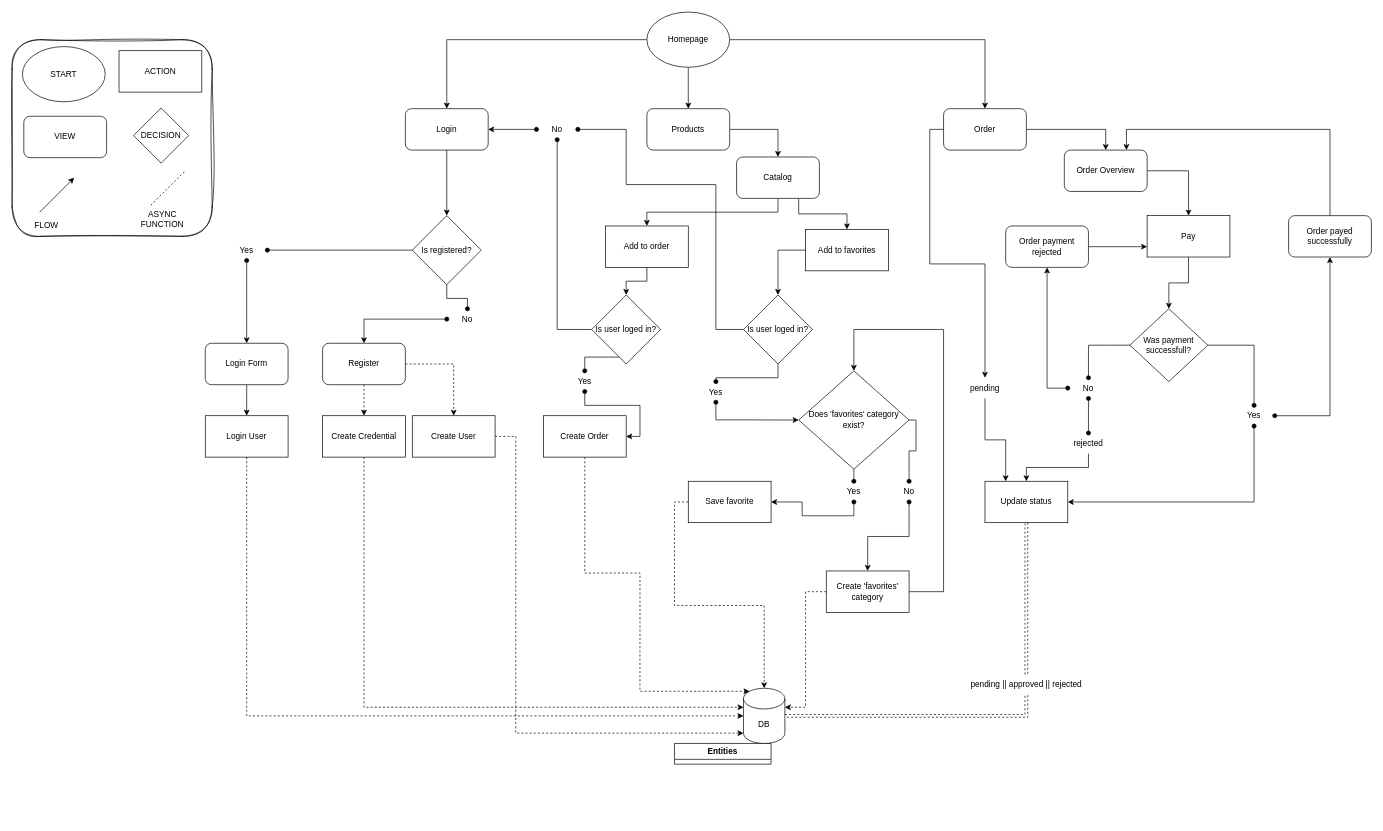
Before: wireframes.drawio in CeszP/M4_Assets, a draw.io diagram. Source tidied: cells renumbered, new cells numbered last; positions are measured from the earlier drawing's top-left corner, leaving out a move shared by most shapes. Both pictures are drawn from the tidied source at 69%, with x=0, y=0 at pixel (12, 12).
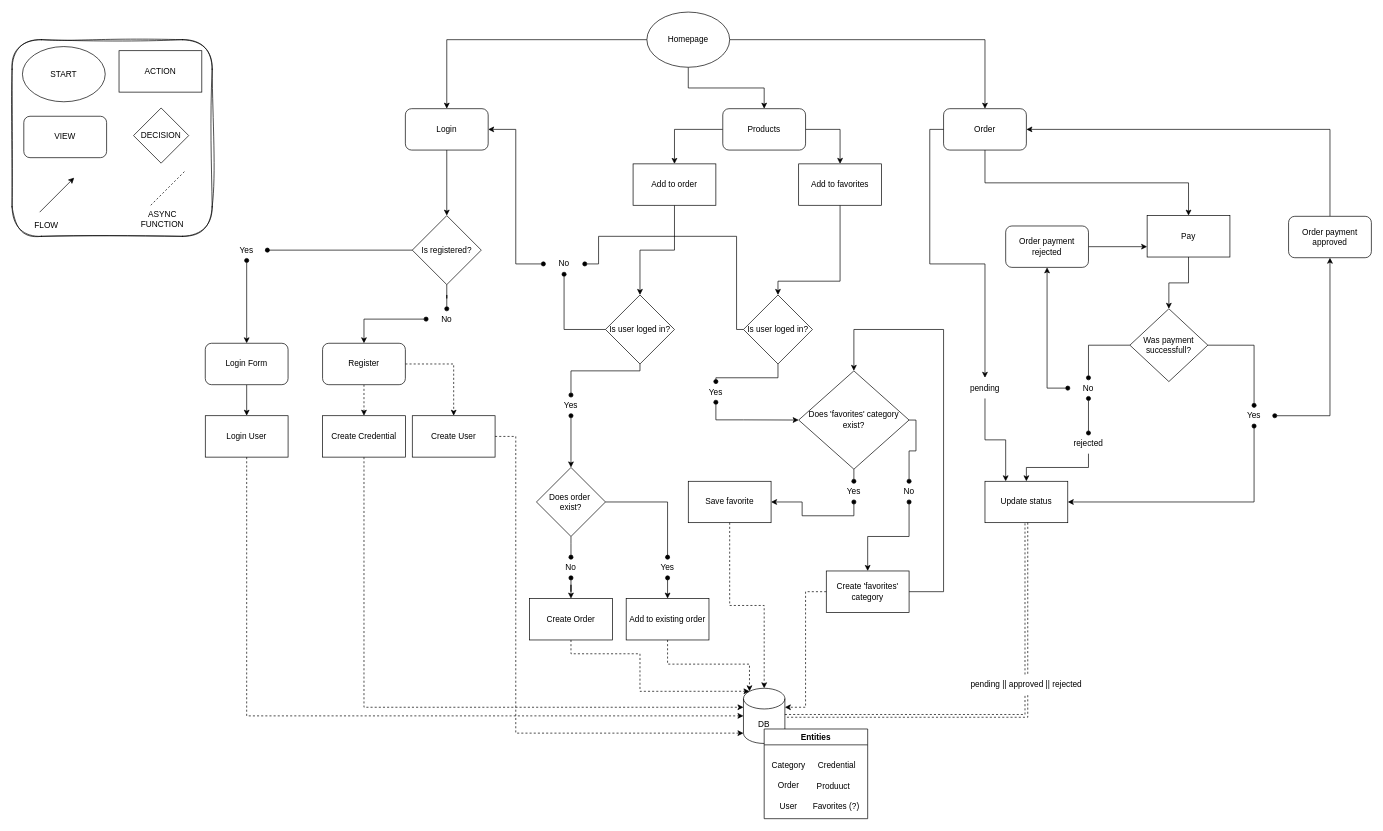
The same diagram, later.

Unchanged cells that the change refers to:
```xml
<mxCell id="33" value="DB" style="shape=cylinder3;whiteSpace=wrap;html=1;boundedLbl=1;backgroundOutline=1;size=15;" parent="1" vertex="1">
  <mxGeometry x="1060" y="980" width="60" height="80" as="geometry" />
</mxCell>
<mxCell id="46" value="Save favorite" style="rounded=0;whiteSpace=wrap;html=1;" parent="1" vertex="1">
  <mxGeometry x="980" y="680" width="120" height="60" as="geometry" />
</mxCell>
<mxCell id="62" value="Order" style="rounded=1;whiteSpace=wrap;html=1;" parent="1" vertex="1">
  <mxGeometry x="1350" y="140" width="120" height="60" as="geometry" />
</mxCell>
<mxCell id="79" value="Pay" style="rounded=0;whiteSpace=wrap;html=1;" parent="1" vertex="1">
  <mxGeometry x="1645" y="295" width="120" height="60" as="geometry" />
</mxCell>
<mxCell id="99" value="Is user loged in?" style="rhombus;whiteSpace=wrap;html=1;" parent="1" vertex="1">
  <mxGeometry x="1060" y="410" width="100" height="100" as="geometry" />
</mxCell>
```

Diff of the diagram source:
```diff
@@
-    <mxCell id="11" style="edgeStyle=orthogonalEdgeStyle;rounded=0;jettySize=auto;html=1;exitX=1;exitY=0.5;exitDx=0;exitDy=0;entryX=0.5;entryY=0;entryDx=0;entryDy=0;" parent="1" edge="1" source="12" target="24">
-      <mxGeometry relative="1" as="geometry" />
-    </mxCell>
+    <mxCell id="100" style="edgeStyle=orthogonalEdgeStyle;rounded=0;jettySize=auto;html=1;exitX=0;exitY=0.5;exitDx=0;exitDy=0;entryX=0.5;entryY=0;entryDx=0;entryDy=0;" parent="1" edge="1" source="12" target="26">
+      <mxGeometry relative="1" as="geometry" />
+    </mxCell>
+    <mxCell id="101" style="edgeStyle=orthogonalEdgeStyle;rounded=0;jettySize=auto;html=1;exitX=1;exitY=0.5;exitDx=0;exitDy=0;entryX=0.5;entryY=0;entryDx=0;entryDy=0;" parent="1" edge="1" source="12" target="45">
+      <mxGeometry relative="1" as="geometry" />
+    </mxCell>
     <mxCell id="12" value="Products" style="rounded=1;whiteSpace=wrap;html=1;" parent="1" vertex="1">
-      <mxGeometry x="920" y="140" width="120" height="60" as="geometry" />
+      <mxGeometry x="1030" y="140" width="120" height="60" as="geometry" />
     </mxCell>
@@
     <mxCell id="21" value="No" style="text;html=1;align=center;verticalAlign=middle;whiteSpace=wrap;rounded=0;" parent="1" vertex="1">
-      <mxGeometry x="630" y="430" width="60" height="30" as="geometry" />
+      <mxGeometry x="600" y="430" width="60" height="30" as="geometry" />
     </mxCell>
-    <mxCell id="22" style="edgeStyle=orthogonalEdgeStyle;rounded=0;jettySize=auto;html=1;exitX=0.5;exitY=1;exitDx=0;exitDy=0;entryX=0.5;entryY=0;entryDx=0;entryDy=0;" parent="1" edge="1" source="24" target="26">
-      <mxGeometry relative="1" as="geometry" />
-    </mxCell>
-    <mxCell id="23" style="edgeStyle=orthogonalEdgeStyle;rounded=0;jettySize=auto;html=1;exitX=0.75;exitY=1;exitDx=0;exitDy=0;entryX=0.5;entryY=0;entryDx=0;entryDy=0;" parent="1" edge="1" source="24" target="45">
-      <mxGeometry relative="1" as="geometry" />
-    </mxCell>
-    <mxCell id="24" value="Catalog" style="whiteSpace=wrap;html=1;rounded=1;" parent="1" vertex="1">
-      <mxGeometry x="1050" y="210" width="120" height="60" as="geometry" />
-    </mxCell>
@@
     <mxCell id="26" value="Add to order" style="rounded=0;whiteSpace=wrap;html=1;" parent="1" vertex="1">
-      <mxGeometry x="860" y="310" width="120" height="60" as="geometry" />
+      <mxGeometry x="900" y="220" width="120" height="60" as="geometry" />
     </mxCell>
@@
-    <mxCell id="28" style="edgeStyle=orthogonalEdgeStyle;rounded=0;jettySize=auto;html=1;exitX=0.5;exitY=1;exitDx=0;exitDy=0;entryX=1;entryY=0.5;entryDx=0;entryDy=0;startArrow=oval;startFill=1;" parent="1" edge="1" source="38" target="37">
+    <mxCell id="28" style="edgeStyle=orthogonalEdgeStyle;rounded=0;jettySize=auto;html=1;exitX=0.5;exitY=1;exitDx=0;exitDy=0;entryX=0.5;entryY=0;entryDx=0;entryDy=0;startArrow=oval;startFill=1;" parent="1" edge="1" source="38" target="110">
       <mxGeometry relative="1" as="geometry">
         <Array as="points">
-          <mxPoint x="830" y="570" />
-          <mxPoint x="910" y="570" />
-          <mxPoint x="910" y="615" />
+          <mxPoint x="810" y="650" />
         </Array>
       </mxGeometry>
     </mxCell>
     <mxCell id="29" style="edgeStyle=orthogonalEdgeStyle;rounded=0;jettySize=auto;html=1;exitX=0.5;exitY=1;exitDx=0;exitDy=0;entryX=0.5;entryY=0;entryDx=0;entryDy=0;endArrow=oval;endFill=1;" parent="1" edge="1" source="30" target="38">
       <mxGeometry relative="1" as="geometry">
         <Array as="points">
-          <mxPoint x="830" y="500" />
+          <mxPoint x="910" y="520" />
+          <mxPoint x="810" y="520" />
         </Array>
       </mxGeometry>
     </mxCell>
     <mxCell id="30" value="Is user loged in?" style="rhombus;whiteSpace=wrap;html=1;" parent="1" vertex="1">
-      <mxGeometry x="840" y="410" width="100" height="100" as="geometry" />
+      <mxGeometry x="860" y="410" width="100" height="100" as="geometry" />
     </mxCell>
     <mxCell id="31" style="edgeStyle=orthogonalEdgeStyle;rounded=0;jettySize=auto;html=1;exitX=0;exitY=0.5;exitDx=0;exitDy=0;entryX=0.5;entryY=1;entryDx=0;entryDy=0;endArrow=oval;endFill=1;" parent="1" edge="1" source="30" target="32">
       <mxGeometry relative="1" as="geometry">
         <Array as="points">
-          <mxPoint x="790" y="460" />
+          <mxPoint x="800" y="460" />
         </Array>
       </mxGeometry>
     </mxCell>
     <mxCell id="32" value="No" style="text;html=1;align=center;verticalAlign=middle;whiteSpace=wrap;rounded=0;" parent="1" vertex="1">
-      <mxGeometry x="760" y="155" width="60" height="30" as="geometry" />
+      <mxGeometry x="770" y="350" width="60" height="30" as="geometry" />
     </mxCell>
@@
     <mxCell id="36" style="edgeStyle=orthogonalEdgeStyle;rounded=0;jettySize=auto;html=1;exitX=0.5;exitY=1;exitDx=0;exitDy=0;entryX=0.145;entryY=0;entryDx=0;entryDy=4.35;entryPerimeter=0;dashed=1;" parent="1" edge="1" source="37" target="33">
       <mxGeometry relative="1" as="geometry">
         <Array as="points">
-          <mxPoint x="830" y="813" />
-          <mxPoint x="910" y="813" />
+          <mxPoint x="810" y="930" />
+          <mxPoint x="910" y="930" />
           <mxPoint x="910" y="984" />
         </Array>
       </mxGeometry>
     </mxCell>
     <mxCell id="37" value="Create Order" style="rounded=0;whiteSpace=wrap;html=1;" parent="1" vertex="1">
-      <mxGeometry x="770" y="585" width="120" height="60" as="geometry" />
+      <mxGeometry x="750" y="850" width="120" height="60" as="geometry" />
     </mxCell>
     <mxCell id="38" value="Yes" style="text;html=1;align=center;verticalAlign=middle;whiteSpace=wrap;rounded=0;" parent="1" vertex="1">
-      <mxGeometry x="800" y="520" width="60" height="30" as="geometry" />
+      <mxGeometry x="780" y="555" width="60" height="30" as="geometry" />
     </mxCell>
-    <mxCell id="39" value="Entities" style="swimlane;whiteSpace=wrap;html=1;" parent="1" vertex="1" collapsed="1">
-      <mxGeometry x="960" y="1060" width="140" height="30" as="geometry" />
+    <mxCell id="39" value="Entities" style="swimlane;whiteSpace=wrap;html=1;" parent="1" vertex="1">
+      <mxGeometry x="1090" y="1039" width="150" height="130" as="geometry" />
     </mxCell>
+    <mxCell id="102" value="Category" style="text;html=1;align=center;verticalAlign=middle;strokeColor=none;fillColor=none;" parent="39" vertex="1">
+      <mxGeometry y="38" width="70" height="30" as="geometry" />
+    </mxCell>
+    <mxCell id="103" value="Credential" style="text;html=1;align=center;verticalAlign=middle;strokeColor=none;fillColor=none;" parent="39" vertex="1">
+      <mxGeometry x="65" y="38" width="80" height="30" as="geometry" />
+    </mxCell>
+    <mxCell id="104" value="Order" style="text;html=1;align=center;verticalAlign=middle;strokeColor=none;fillColor=none;" parent="39" vertex="1">
+      <mxGeometry x="10" y="67" width="50" height="30" as="geometry" />
+    </mxCell>
+    <mxCell id="105" value="User" style="text;html=1;align=center;verticalAlign=middle;strokeColor=none;fillColor=none;" parent="39" vertex="1">
+      <mxGeometry x="10" y="98" width="50" height="30" as="geometry" />
+    </mxCell>
+    <mxCell id="106" value="Produuct" style="text;html=1;align=center;verticalAlign=middle;strokeColor=none;fillColor=none;" parent="39" vertex="1">
+      <mxGeometry x="65" y="68" width="70" height="30" as="geometry" />
+    </mxCell>
+    <mxCell id="107" value="Favorites (?)" style="text;html=1;align=center;verticalAlign=middle;strokeColor=none;fillColor=none;" parent="39" vertex="1">
+      <mxGeometry x="59" y="97" width="90" height="30" as="geometry" />
+    </mxCell>
@@
-    <mxCell id="44" style="edgeStyle=orthogonalEdgeStyle;rounded=0;jettySize=auto;html=1;exitX=0;exitY=0.5;exitDx=0;exitDy=0;entryX=0.5;entryY=0;entryDx=0;entryDy=0;" parent="1" edge="1" source="45" target="99">
-      <mxGeometry relative="1" as="geometry" />
+    <mxCell id="44" style="edgeStyle=orthogonalEdgeStyle;rounded=0;jettySize=auto;html=1;exitX=0.5;exitY=1;exitDx=0;exitDy=0;entryX=0.5;entryY=0;entryDx=0;entryDy=0;" parent="1" edge="1" source="45" target="99">
+      <mxGeometry relative="1" as="geometry">
+        <Array as="points">
+          <mxPoint x="1200" y="390" />
+          <mxPoint x="1110" y="390" />
+        </Array>
+      </mxGeometry>
     </mxCell>
     <mxCell id="45" value="Add to favorites" style="rounded=0;whiteSpace=wrap;html=1;" parent="1" vertex="1">
-      <mxGeometry x="1150" y="315" width="120" height="60" as="geometry" />
+      <mxGeometry x="1140" y="220" width="120" height="60" as="geometry" />
     </mxCell>
@@
-    <mxCell id="52" style="edgeStyle=orthogonalEdgeStyle;rounded=0;jettySize=auto;html=1;exitX=0;exitY=0.5;exitDx=0;exitDy=0;entryX=0.5;entryY=0;entryDx=0;entryDy=0;entryPerimeter=0;dashed=1;" parent="1" edge="1" source="46" target="33">
+    <mxCell id="52" style="edgeStyle=orthogonalEdgeStyle;rounded=0;jettySize=auto;html=1;exitX=0.5;exitY=1;exitDx=0;exitDy=0;entryX=0.5;entryY=0;entryDx=0;entryDy=0;entryPerimeter=0;dashed=1;" parent="1" edge="1" source="46" target="33">
       <mxGeometry relative="1" as="geometry" />
     </mxCell>
@@
-    <mxCell id="61" style="edgeStyle=orthogonalEdgeStyle;rounded=0;jettySize=auto;html=1;exitX=1;exitY=0.5;exitDx=0;exitDy=0;entryX=0.5;entryY=0;entryDx=0;entryDy=0;" parent="1" edge="1" source="62" target="77">
-      <mxGeometry relative="1" as="geometry" />
-    </mxCell>
@@
-    <mxCell id="65" style="edgeStyle=orthogonalEdgeStyle;rounded=0;jettySize=auto;html=1;exitX=0.5;exitY=0;exitDx=0;exitDy=0;entryX=0.75;entryY=0;entryDx=0;entryDy=0;" parent="1" edge="1" source="66" target="77">
+    <mxCell id="65" style="edgeStyle=orthogonalEdgeStyle;rounded=0;jettySize=auto;html=1;exitX=0.5;exitY=0;exitDx=0;exitDy=0;entryX=1;entryY=0.5;entryDx=0;entryDy=0;" parent="1" edge="1" source="66" target="62">
       <mxGeometry relative="1" as="geometry">
         <Array as="points">
           <mxPoint x="1910" y="170" />
-          <mxPoint x="1615" y="170" />
         </Array>
       </mxGeometry>
     </mxCell>
-    <mxCell id="66" value="Order payed successfully" style="rounded=1;whiteSpace=wrap;html=1;" parent="1" vertex="1">
-      <mxGeometry x="1850" y="295" width="120" height="60" as="geometry" />
+    <mxCell id="66" value="Order payment approved" style="rounded=1;whiteSpace=wrap;html=1;" parent="1" vertex="1">
+      <mxGeometry x="1850" y="296" width="120" height="60" as="geometry" />
     </mxCell>
@@
-    <mxCell id="76" style="edgeStyle=orthogonalEdgeStyle;rounded=0;jettySize=auto;html=1;exitX=1;exitY=0.5;exitDx=0;exitDy=0;entryX=0.5;entryY=0;entryDx=0;entryDy=0;" parent="1" edge="1" source="77" target="79">
+    <mxCell id="76" style="edgeStyle=orthogonalEdgeStyle;rounded=0;jettySize=auto;html=1;exitX=0.5;exitY=1;exitDx=0;exitDy=0;entryX=0.5;entryY=0;entryDx=0;entryDy=0;" parent="1" edge="1" source="62" target="79">
       <mxGeometry relative="1" as="geometry" />
     </mxCell>
-    <mxCell id="77" value="Order Overview" style="rounded=1;whiteSpace=wrap;html=1;" parent="1" vertex="1">
-      <mxGeometry x="1525" y="200" width="120" height="60" as="geometry" />
-    </mxCell>
@@
     <mxCell id="98" style="edgeStyle=orthogonalEdgeStyle;rounded=0;jettySize=auto;html=1;exitX=0;exitY=0.5;exitDx=0;exitDy=0;entryX=1;entryY=0.5;entryDx=0;entryDy=0;endArrow=oval;endFill=1;" parent="1" edge="1" source="99" target="32">
       <mxGeometry relative="1" as="geometry">
         <Array as="points">
-          <mxPoint x="1020" y="250" />
-          <mxPoint x="890" y="250" />
-          <mxPoint x="890" y="170" />
+          <mxPoint x="1050" y="460" />
+          <mxPoint x="1050" y="325" />
+          <mxPoint x="850" y="325" />
+          <mxPoint x="850" y="365" />
         </Array>
       </mxGeometry>
     </mxCell>
@@
+    <mxCell id="108" style="edgeStyle=orthogonalEdgeStyle;rounded=0;jettySize=auto;html=1;exitX=0.5;exitY=1;exitDx=0;exitDy=0;startArrow=oval;startFill=1;" parent="1" edge="1" source="116" target="37">
+      <mxGeometry relative="1" as="geometry" />
+    </mxCell>
+    <mxCell id="109" style="edgeStyle=orthogonalEdgeStyle;rounded=0;jettySize=auto;html=1;exitX=0.5;exitY=1;exitDx=0;exitDy=0;entryX=0.5;entryY=0;entryDx=0;entryDy=0;startArrow=oval;startFill=1;" parent="1" edge="1" source="114" target="111">
+      <mxGeometry relative="1" as="geometry" />
+    </mxCell>
+    <mxCell id="110" value="Does order&amp;nbsp;&lt;div&gt;exist?&lt;/div&gt;" style="rhombus;whiteSpace=wrap;html=1;" parent="1" vertex="1">
+      <mxGeometry x="760" y="660" width="100" height="100" as="geometry" />
+    </mxCell>
+    <mxCell id="111" value="Add to existing order" style="rounded=0;whiteSpace=wrap;html=1;" parent="1" vertex="1">
+      <mxGeometry x="890" y="850" width="120" height="60" as="geometry" />
+    </mxCell>
+    <mxCell id="112" style="edgeStyle=orthogonalEdgeStyle;rounded=0;jettySize=auto;html=1;exitX=0.5;exitY=1;exitDx=0;exitDy=0;entryX=0.145;entryY=0;entryDx=0;entryDy=4.35;entryPerimeter=0;dashed=1;" parent="1" edge="1" source="111" target="33">
+      <mxGeometry relative="1" as="geometry" />
+    </mxCell>
+    <mxCell id="113" style="edgeStyle=orthogonalEdgeStyle;rounded=0;jettySize=auto;html=1;exitX=1;exitY=0.5;exitDx=0;exitDy=0;entryX=0.5;entryY=0;entryDx=0;entryDy=0;endArrow=oval;endFill=1;" parent="1" edge="1" source="110" target="114">
+      <mxGeometry relative="1" as="geometry" />
+    </mxCell>
+    <mxCell id="114" value="Yes" style="text;html=1;align=center;verticalAlign=middle;whiteSpace=wrap;rounded=0;" parent="1" vertex="1">
+      <mxGeometry x="920" y="790" width="60" height="30" as="geometry" />
+    </mxCell>
+    <mxCell id="115" style="edgeStyle=orthogonalEdgeStyle;rounded=0;jettySize=auto;html=1;exitX=0.5;exitY=1;exitDx=0;exitDy=0;endArrow=oval;endFill=1;" parent="1" edge="1" source="110" target="116">
+      <mxGeometry relative="1" as="geometry">
+        <Array as="points">
+          <mxPoint x="810" y="770" />
+          <mxPoint x="810" y="770" />
+        </Array>
+      </mxGeometry>
+    </mxCell>
+    <mxCell id="116" value="No" style="text;html=1;align=center;verticalAlign=middle;whiteSpace=wrap;rounded=0;" parent="1" vertex="1">
+      <mxGeometry x="780" y="790" width="60" height="30" as="geometry" />
+    </mxCell>
```
